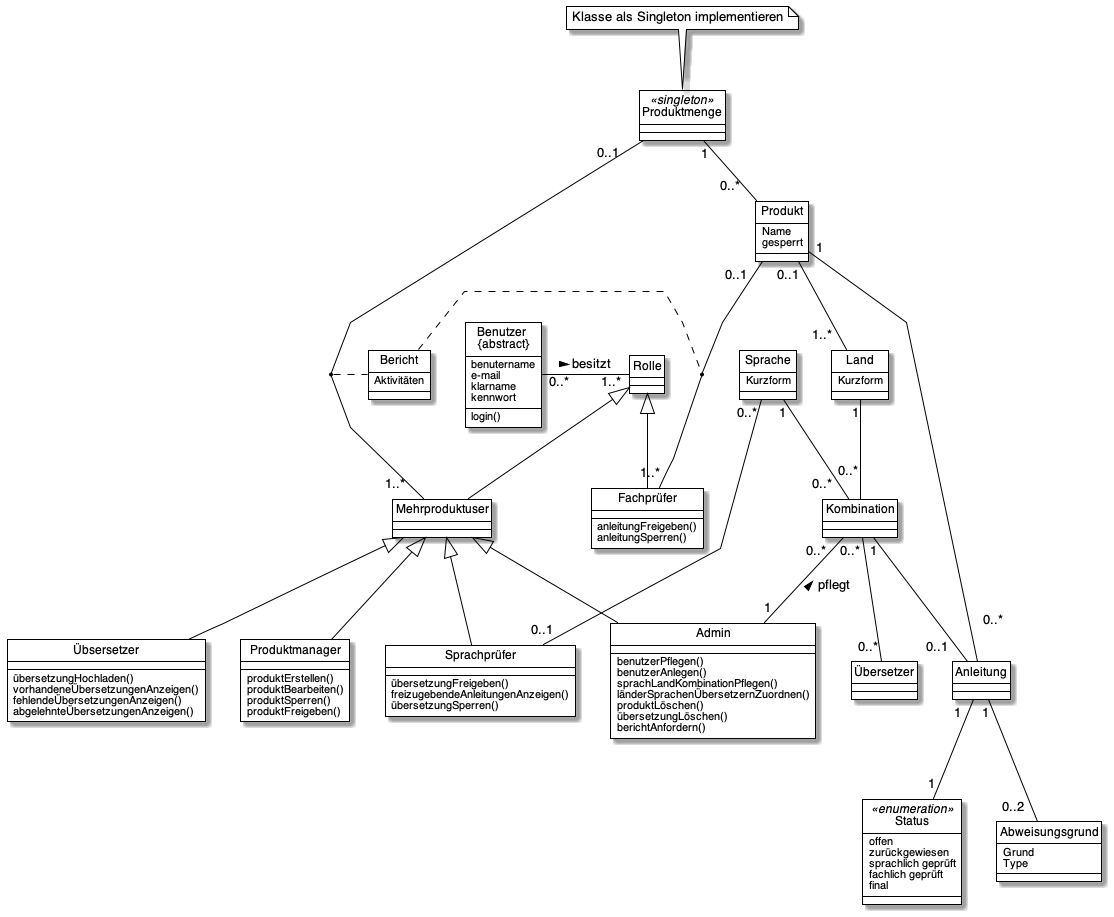
The PlantUML diagram out/klassendiagramm/Klassendiagramm.png in Schubert-Tom/Manual-Master, before a commit. Its diagram source:
```plantuml
@startuml Klassendiagramm
skinparam linetype polyline
hide circle
!includeurl https://raw.githubusercontent.com/matthewjosephtaylor/plantuml-style/master/style.pu

class Produkt {
  Name
  gesperrt
}

class Produktmenge << singleton >> {
}
note top of Produktmenge : Klasse als Singleton implementieren
class Anleitung
class Benutzer as "Benutzer \n{abstract}" {
   benutername
   e-mail
   klarname
   kennwort

   login()
}
class Rolle {
}
class Fachprüfer {
    anleitungFreigeben()
    anleitungSperren()
}
class Sprachprüfer {
    übersetzungFreigeben()
    freizugebendeAnleitungenAnzeigen()
    übersetzungSperren()
}
class Übsersetzer {
    übersetzungHochladen()
    vorhandeneÜbersetzungenAnzeigen()
    fehlendeÜbersetzungenAnzeigen()
    abgelehnteÜbersetzungenAnzeigen()
}
class Admin {
    benutzerPflegen()
    benutzerAnlegen()
    sprachLandKombinationPflegen()
    länderSprachenÜbersetzernZuordnen()
    produktLöschen()
    übersetzungLöschen()
    berichtAnfordern()
}
class Produktmanager {
    produktErstellen()
    produktBearbeiten()
    produktSperren()
    produktFreigeben()
}
class Land {
    Kurzform
}
class Sprache {
    Kurzform
}
class Kombination {
}
class Mehrproduktuser {
}
class Bericht {
   Aktivitäten
}
class Status << enumeration >> {
   offen
   zurückgewiesen
   sprachlich geprüft
   fachlich geprüft
   final
}
class Abweisungsgrund {
    Grund
    Type
}
Rolle <|-- Fachprüfer
Rolle <|-- Mehrproduktuser


Mehrproduktuser <|-- Sprachprüfer
Mehrproduktuser <|-- Übsersetzer
Mehrproduktuser <|-- Admin
Mehrproduktuser <|-- Produktmanager
Benutzer "0..*" -right- "1..*" Rolle : besitzt >

Kombination "0..*  " -- "1" Admin : < pflegt
Kombination "0..*  " -- "0..*" Übersetzer
Kombination "1" -- "0..1\t" Anleitung

Land "1" -- "0..*\n" Kombination
Sprache "1" -- "0..*  " Kombination

Anleitung "1  " -- "1" Status
Anleitung "1" -- "0..2  " Abweisungsgrund

Produktmenge "1" -- "0..*  " Produkt
Produktmenge "0..1   " -- "1..*  " Mehrproduktuser

Produkt "1" -- " 0..*\r\n" Anleitung
Produkt "0..1  " -- "1..*" Fachprüfer
Produkt "0..1" -- "1..*  " Land

Sprache "0..*" -- "0..1" Sprachprüfer

Bericht .. (Produkt, Fachprüfer)
(Mehrproduktuser, Produktmenge) .. Bericht
@enduml
```
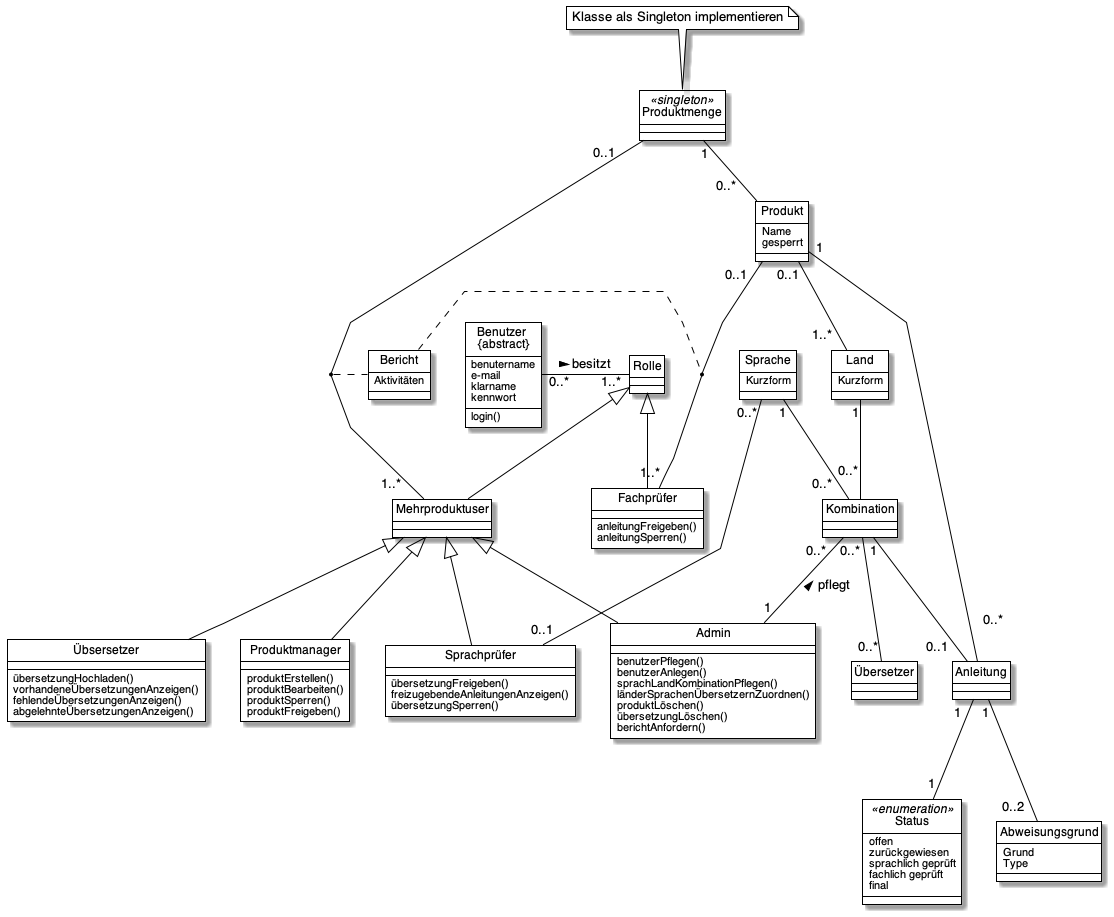
After the change.

The edit, as a diff of the source:
```diff
@@ -96,11 +96,11 @@
 Anleitung "1  " -- "1" Status
 Anleitung "1" -- "0..2  " Abweisungsgrund
 
-Produktmenge "1" -- "0..*  " Produkt
-Produktmenge "0..1   " -- "1..*  " Mehrproduktuser
+Produktmenge "1" -- "0..*   " Produkt
+Produktmenge "0..1    " -- "1..*   " Mehrproduktuser
 
 Produkt "1" -- " 0..*\r\n" Anleitung
-Produkt "0..1  " -- "1..*" Fachprüfer
+Produkt "0..1  " -- "\n 1..*" Fachprüfer
 Produkt "0..1" -- "1..*  " Land
 
 Sprache "0..*" -- "0..1" Sprachprüfer
```
